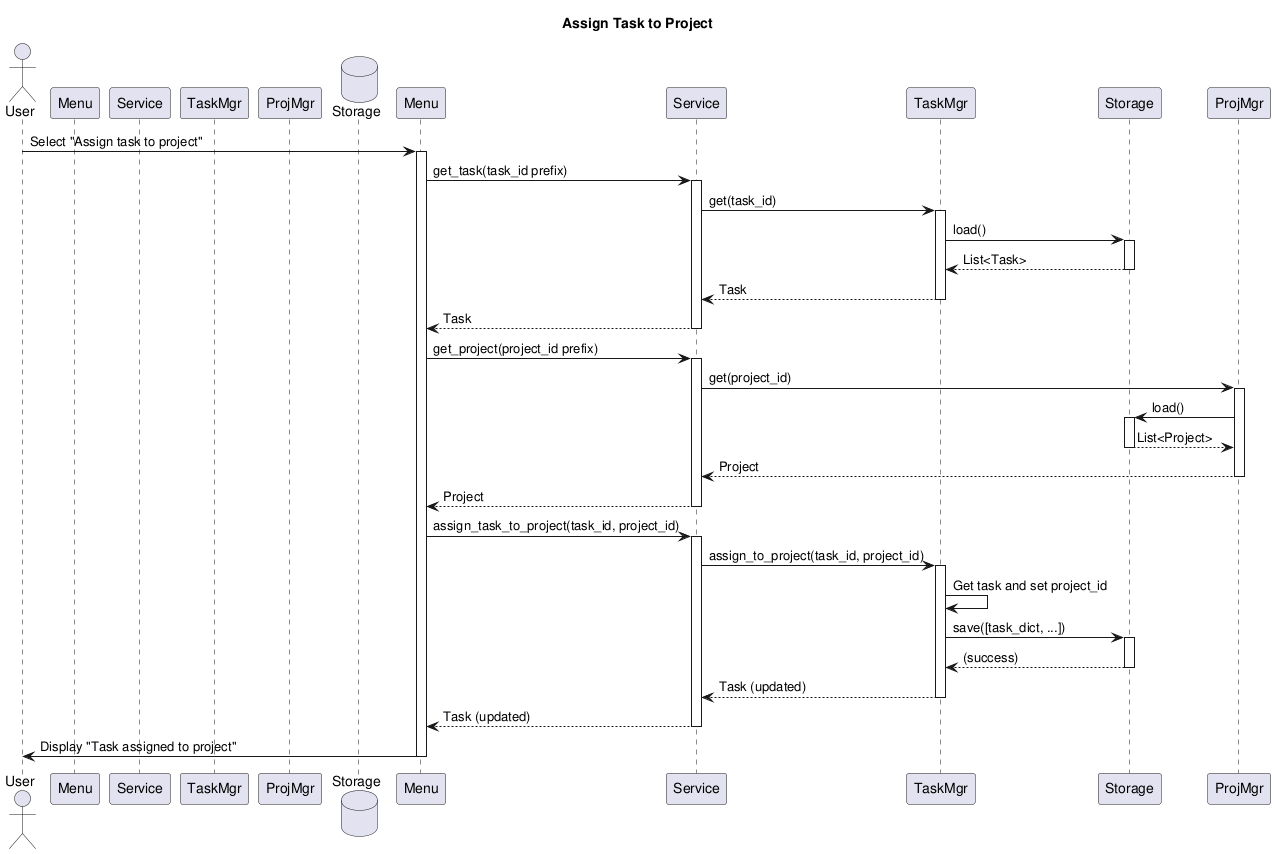
DanielRiha8906/Software_autoevolution_using_agents keeps this PlantUML diagram as experiments/pipeline/structured_text/TODO/artifacts/sequence_diagram.png. Above is the earlier version.
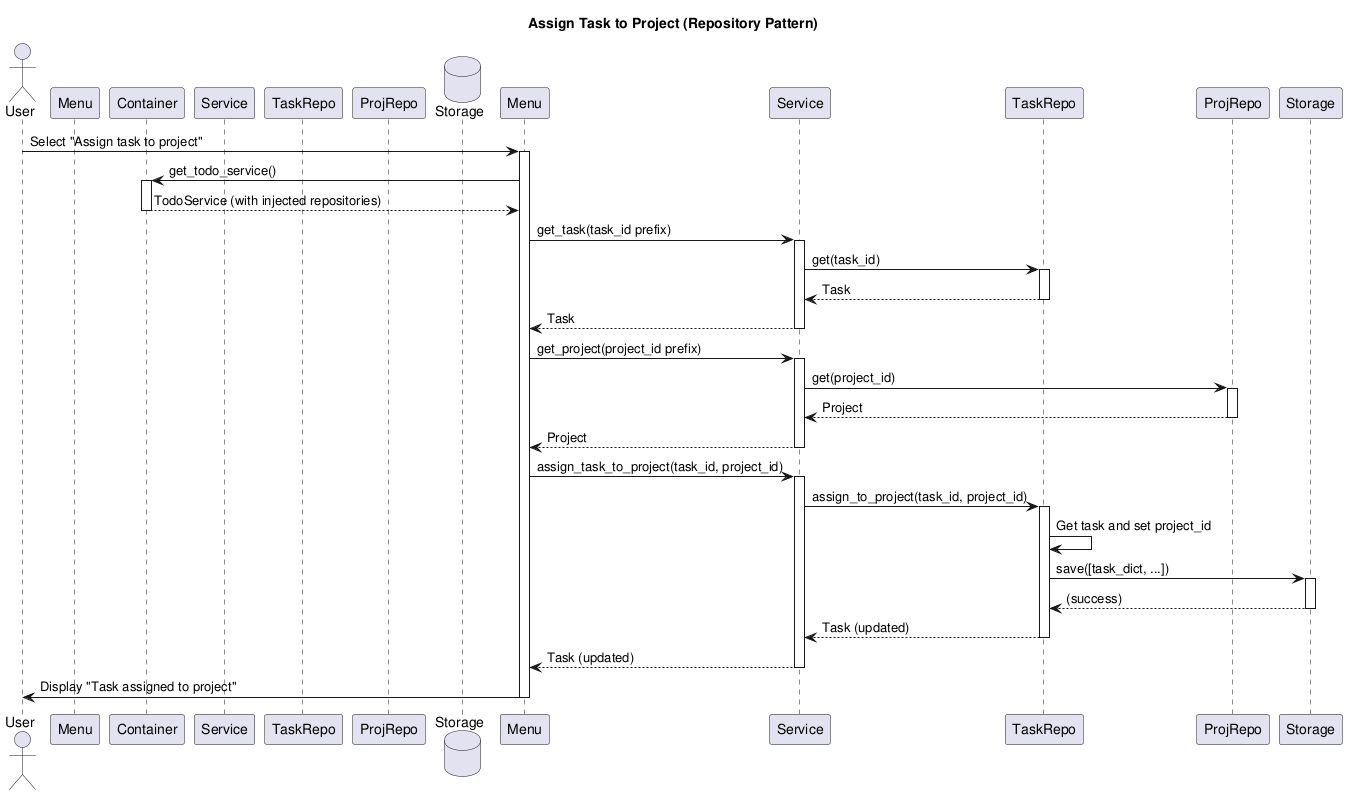
Above is the later version.

The edit, as a diff of the source:
```diff
@@ -1,54 +1,52 @@
 @startuml sequence_diagram
 
-title Assign Task to Project
+title Assign Task to Project (Repository Pattern)
 
 actor User
 participant Menu as InteractiveMenu
+participant Container as Container
 participant Service as TodoService
-participant TaskMgr as TaskManager
-participant ProjMgr as ProjectManager
+participant TaskRepo as TaskRepository
+participant ProjRepo as ProjectRepository
 database Storage as JsonStorage
 
 User -> Menu: Select "Assign task to project"
 activate Menu
 
+Menu -> Container: get_todo_service()
+activate Container
+Container --> Menu: TodoService (with injected repositories)
+deactivate Container
+
 Menu -> Service: get_task(task_id prefix)
 activate Service
-Service -> TaskMgr: get(task_id)
-activate TaskMgr
-TaskMgr -> Storage: load()
-activate Storage
-Storage --> TaskMgr: List<Task>
-deactivate Storage
-TaskMgr --> Service: Task
-deactivate TaskMgr
+Service -> TaskRepo: get(task_id)
+activate TaskRepo
+TaskRepo --> Service: Task
+deactivate TaskRepo
 Service --> Menu: Task
 deactivate Service
 
 Menu -> Service: get_project(project_id prefix)
 activate Service
-Service -> ProjMgr: get(project_id)
-activate ProjMgr
-ProjMgr -> Storage: load()
-activate Storage
-Storage --> ProjMgr: List<Project>
-deactivate Storage
-ProjMgr --> Service: Project
-deactivate ProjMgr
+Service -> ProjRepo: get(project_id)
+activate ProjRepo
+ProjRepo --> Service: Project
+deactivate ProjRepo
 Service --> Menu: Project
 deactivate Service
 
 Menu -> Service: assign_task_to_project(task_id, project_id)
 activate Service
-Service -> TaskMgr: assign_to_project(task_id, project_id)
-activate TaskMgr
-TaskMgr -> TaskMgr: Get task and set project_id
-TaskMgr -> Storage: save([task_dict, ...])
+Service -> TaskRepo: assign_to_project(task_id, project_id)
+activate TaskRepo
+TaskRepo -> TaskRepo: Get task and set project_id
+TaskRepo -> Storage: save([task_dict, ...])
 activate Storage
-Storage --> TaskMgr: (success)
+Storage --> TaskRepo: (success)
 deactivate Storage
-TaskMgr --> Service: Task (updated)
-deactivate TaskMgr
+TaskRepo --> Service: Task (updated)
+deactivate TaskRepo
 Service --> Menu: Task (updated)
 deactivate Service
 
```
